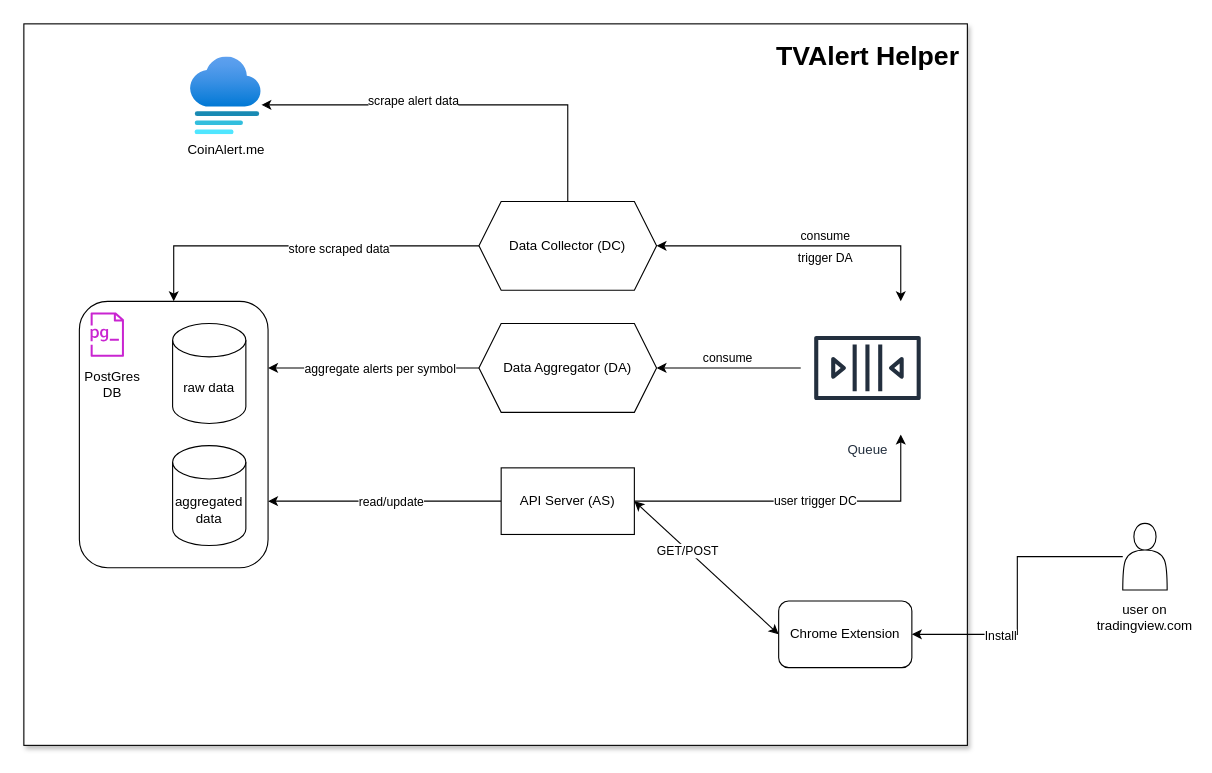
The draw.io diagram TVAlertHelper.drawio in tiengtinh/drawio, before the edit. Source tidied: cells renumbered, new cells numbered last; positions are measured from the earlier drawing's top-left corner, leaving out a move shared by most shapes. Both pictures are drawn from the tidied source at 111%, with x=0, y=0 at pixel (23, 23).
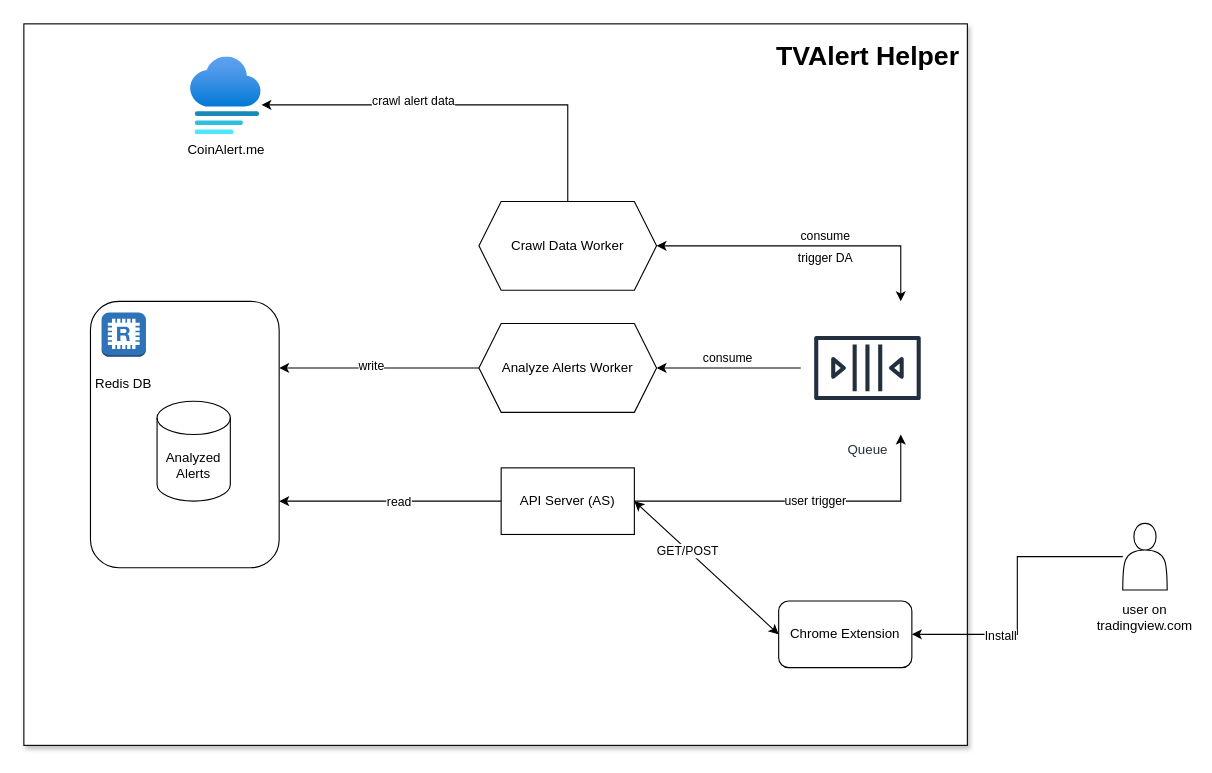
The same page after the edit.

Unchanged cells that the change refers to:
```xml
<mxCell id="3" style="edgeStyle=orthogonalEdgeStyle;rounded=0;jettySize=auto;html=1;entryX=1;entryY=0.75;entryDx=0;entryDy=0;" parent="1" edge="1" source="7" target="24">
  <mxGeometry relative="1" as="geometry" />
</mxCell>
<mxCell id="5" style="edgeStyle=orthogonalEdgeStyle;rounded=0;jettySize=auto;html=1;" parent="1" edge="1" source="7" target="33">
  <mxGeometry relative="1" as="geometry">
    <Array as="points">
      <mxPoint x="790" y="430" />
    </Array>
  </mxGeometry>
</mxCell>
<mxCell id="11" style="edgeStyle=orthogonalEdgeStyle;rounded=0;jettySize=auto;html=1;entryX=1;entryY=0.25;entryDx=0;entryDy=0;" parent="1" edge="1" source="13" target="24">
  <mxGeometry relative="1" as="geometry" />
</mxCell>
<mxCell id="21" style="edgeStyle=orthogonalEdgeStyle;rounded=0;jettySize=auto;html=1;entryX=1;entryY=0.614;entryDx=0;entryDy=0;entryPerimeter=0;exitX=0.5;exitY=0;exitDx=0;exitDy=0;" parent="1" edge="1" source="10" target="20">
  <mxGeometry relative="1" as="geometry" />
</mxCell>
```

Diff of the diagram source:
```diff
@@
-    <mxCell id="4" value="read/update" style="edgeLabel;html=1;align=center;verticalAlign=middle;" parent="3" vertex="1">
+    <mxCell id="4" value="read" style="edgeLabel;html=1;align=center;verticalAlign=middle;" parent="3" vertex="1">
       <mxGeometry x="0.3" y="2" relative="1" as="geometry">
         <mxPoint x="37" y="-2" as="offset" />
       </mxGeometry>
     </mxCell>
@@
-    <mxCell id="6" value="user trigger DC" style="edgeLabel;html=1;align=center;verticalAlign=middle;" parent="5" vertex="1">
+    <mxCell id="6" value="user trigger" style="edgeLabel;html=1;align=center;verticalAlign=middle;" parent="5" vertex="1">
       <mxGeometry x="0.08" y="1" relative="1" as="geometry" />
     </mxCell>
@@
-    <mxCell id="8" style="edgeStyle=orthogonalEdgeStyle;rounded=0;jettySize=auto;html=1;entryX=0.5;entryY=0;entryDx=0;entryDy=0;" parent="1" edge="1" source="10" target="24">
-      <mxGeometry relative="1" as="geometry" />
-    </mxCell>
-    <mxCell id="9" value="store scraped data" style="edgeLabel;html=1;align=center;verticalAlign=middle;" parent="8" vertex="1">
-      <mxGeometry x="-0.22" y="2" relative="1" as="geometry" />
-    </mxCell>
-    <mxCell id="10" value="Data Collector (DC)" style="shape=hexagon;perimeter=hexagonPerimeter2;whiteSpace=wrap;html=1;fixedSize=1;" parent="1" vertex="1">
+    <mxCell id="10" value="Crawl Data Worker" style="shape=hexagon;perimeter=hexagonPerimeter2;whiteSpace=wrap;html=1;fixedSize=1;" parent="1" vertex="1">
       <mxGeometry x="410" y="160" width="160" height="80" as="geometry" />
     </mxCell>
@@
-    <mxCell id="12" value="aggregate alerts per symbol" style="edgeLabel;html=1;align=center;verticalAlign=middle;" parent="11" vertex="1">
-      <mxGeometry x="0.18" y="2" relative="1" as="geometry">
-        <mxPoint x="22" y="-2" as="offset" />
-      </mxGeometry>
-    </mxCell>
+    <mxCell id="38" value="write" style="edgeLabel;html=1;align=center;verticalAlign=middle;" parent="11" vertex="1">
+      <mxGeometry x="0.09" y="-3" relative="1" as="geometry" />
+    </mxCell>
-    <mxCell id="13" value="Data Aggregator (DA)" style="shape=hexagon;perimeter=hexagonPerimeter2;whiteSpace=wrap;html=1;fixedSize=1;" parent="1" vertex="1">
+    <mxCell id="13" value="Analyze Alerts Worker" style="shape=hexagon;perimeter=hexagonPerimeter2;whiteSpace=wrap;html=1;fixedSize=1;" parent="1" vertex="1">
       <mxGeometry x="410" y="270" width="160" height="80" as="geometry" />
     </mxCell>
@@
-    <mxCell id="22" value="scrape alert data" style="edgeLabel;html=1;align=center;verticalAlign=middle;" parent="21" vertex="1">
+    <mxCell id="22" value="crawl alert data" style="edgeLabel;html=1;align=center;verticalAlign=middle;" parent="21" vertex="1">
       <mxGeometry x="0.25" y="-3" relative="1" as="geometry" />
     </mxCell>
-    <mxCell id="23" style="group;" parent="1" vertex="1">
-      <mxGeometry x="50" y="250" width="170" height="240" as="geometry" />
-    </mxCell>
-    <mxCell id="24" style="rounded=1;whiteSpace=wrap;html=1;" parent="23" vertex="1">
-      <mxGeometry width="170" height="240" as="geometry" />
-    </mxCell>
-    <mxCell id="25" style="sketch=0;fontColor=#232F3E;gradientColor=none;fillColor=#C925D1;strokeColor=none;dashed=0;verticalLabelPosition=bottom;verticalAlign=top;align=center;html=1;fontSize=12;fontStyle=0;shape=mxgraph.aws4.rds_trusted_language_extensions_for_postgresql;" parent="23" vertex="1">
-      <mxGeometry x="10" y="10" width="30.3" height="40" as="geometry" />
-    </mxCell>
-    <mxCell id="26" value="raw data" style="shape=cylinder3;whiteSpace=wrap;html=1;boundedLbl=1;backgroundOutline=1;size=15;" parent="23" vertex="1">
-      <mxGeometry x="84" y="20" width="66" height="90" as="geometry" />
-    </mxCell>
-    <mxCell id="27" value="PostGres DB" style="text;html=1;strokeColor=none;fillColor=none;align=center;verticalAlign=middle;whiteSpace=wrap;rounded=0;" parent="23" vertex="1">
-      <mxGeometry y="60" width="60" height="30" as="geometry" />
-    </mxCell>
-    <mxCell id="28" value="aggregated data" style="shape=cylinder3;whiteSpace=wrap;html=1;boundedLbl=1;backgroundOutline=1;size=15;" parent="23" vertex="1">
-      <mxGeometry x="84" y="130" width="66" height="90" as="geometry" />
-    </mxCell>
@@
+    <mxCell id="24" style="rounded=1;whiteSpace=wrap;html=1;" parent="1" vertex="1">
+      <mxGeometry x="60" y="250" width="170" height="240" as="geometry" />
+    </mxCell>
+    <mxCell id="27" value="Redis DB" style="text;html=1;strokeColor=none;fillColor=none;align=center;verticalAlign=middle;whiteSpace=wrap;rounded=0;" parent="1" vertex="1">
+      <mxGeometry x="60" y="310" width="60" height="30" as="geometry" />
+    </mxCell>
+    <mxCell id="28" value="Analyzed Alerts" style="shape=cylinder3;whiteSpace=wrap;html=1;boundedLbl=1;backgroundOutline=1;size=15;" parent="1" vertex="1">
+      <mxGeometry x="120" y="340" width="66" height="90" as="geometry" />
+    </mxCell>
+    <mxCell id="39" style="dashed=0;verticalLabelPosition=bottom;verticalAlign=top;align=center;html=1;shape=mxgraph.aws3.redis;fillColor=#2E73B8;gradientColor=none;" parent="1" vertex="1">
+      <mxGeometry x="70" y="260" width="40" height="40" as="geometry" />
+    </mxCell>
```
